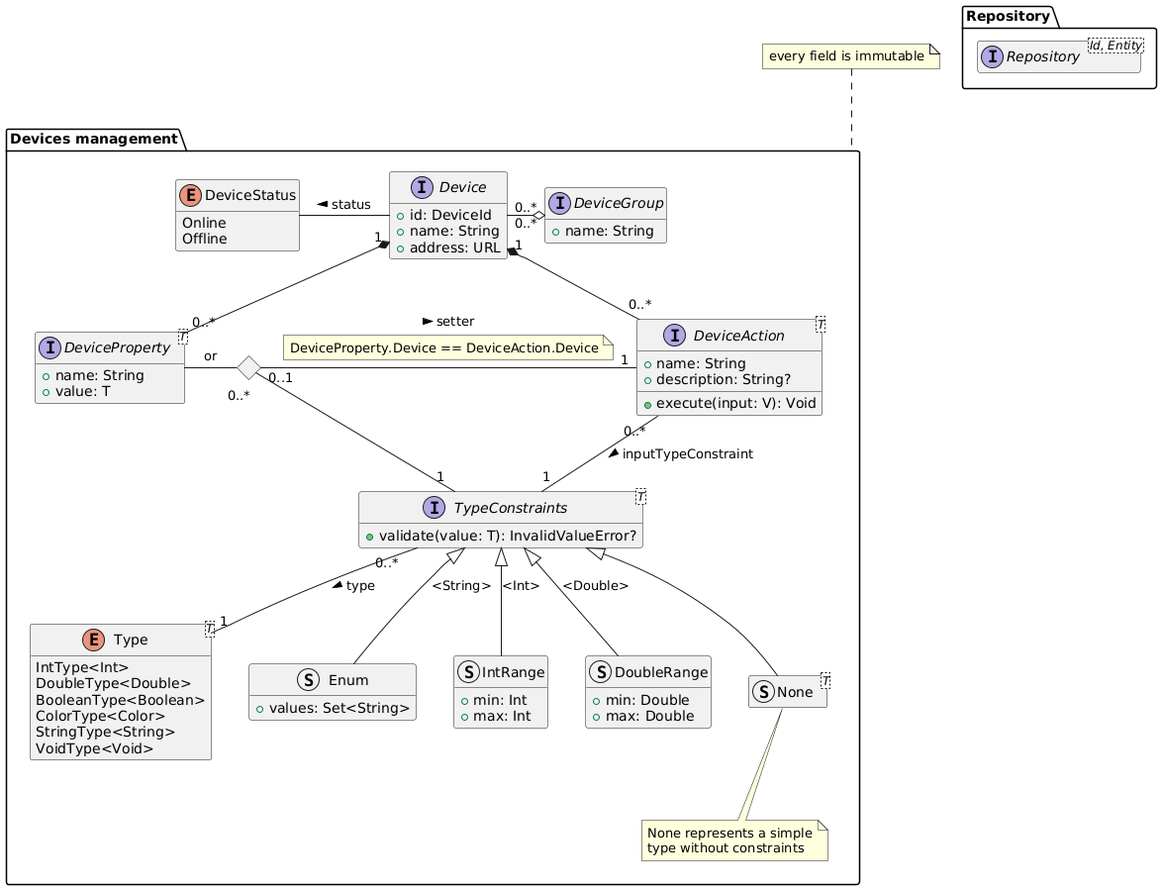
Earlier version of the PlantUML export diagrams/generated/devices-management-domain-model.png (DomoticASW/.github).
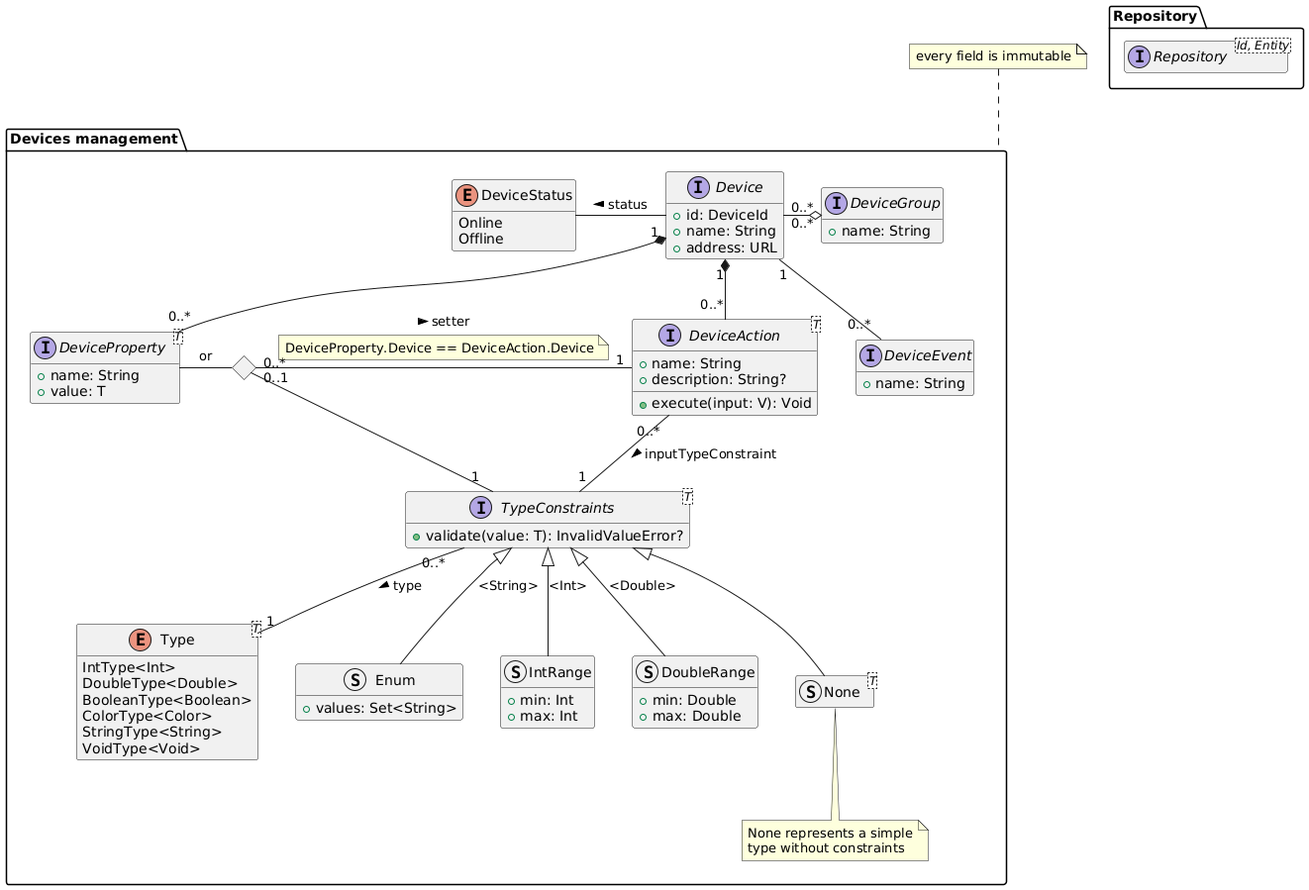
Above is the later version.

Commit message:
add events to device-management-domain-model diagram

Change to the diagram source:
```diff
@@ -67,6 +67,10 @@
         + execute(input: V): Void
     }
 
+    interface DeviceEvent {
+        + name: String
+    }
+
 
     Device -l- DeviceStatus : "status >"
     Device "0..*"  -r-o "0..*" DeviceGroup
@@ -85,6 +89,7 @@
         DeviceProperty.Device == DeviceAction.Device
     end note
     Diamond "0..*" -- "1" TypeConstraints
+    Device "1" -- "0..*" DeviceEvent
 }
 
 note top of "Devices management"
```
